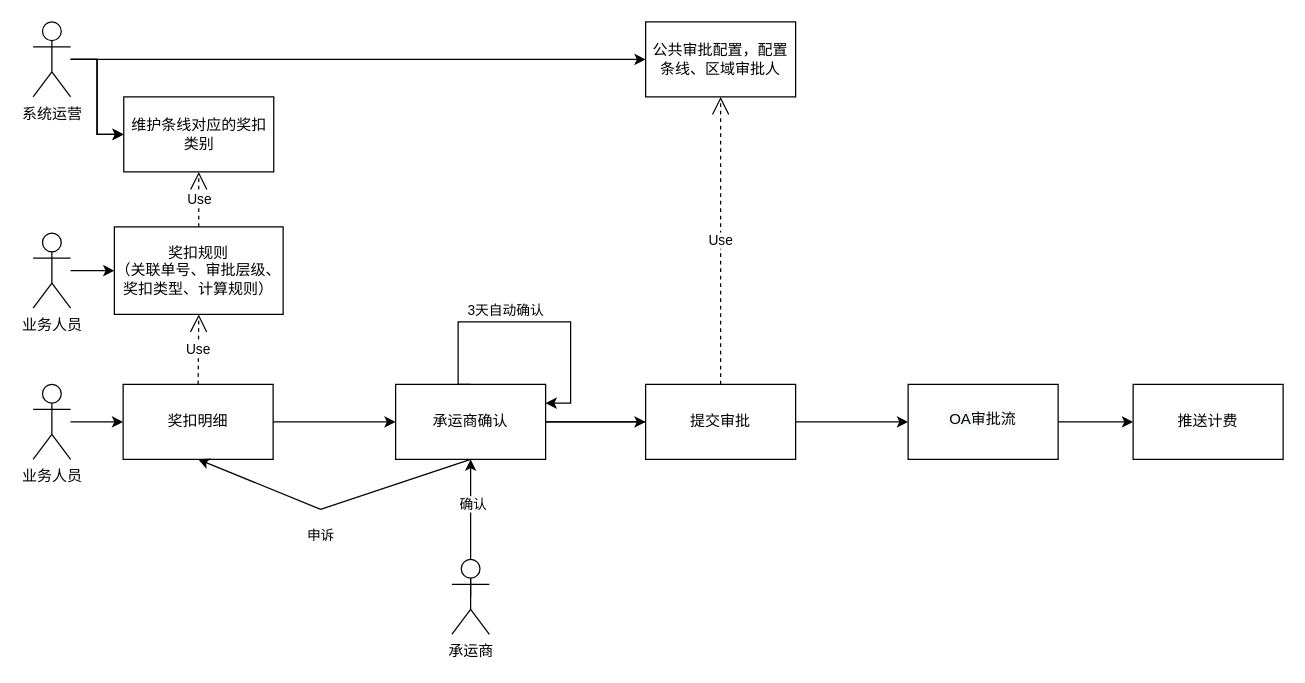
This is cmsWeb/承运商奖扣.drawio from sjzmlb/cms, a draw.io file, before an edit. Source tidied: cells renumbered, new cells numbered last; positions are measured from the earlier drawing's top-left corner, leaving out a move shared by most shapes. Both pictures are drawn from the tidied source at 125%, with x=0, y=0 at pixel (32, 21).
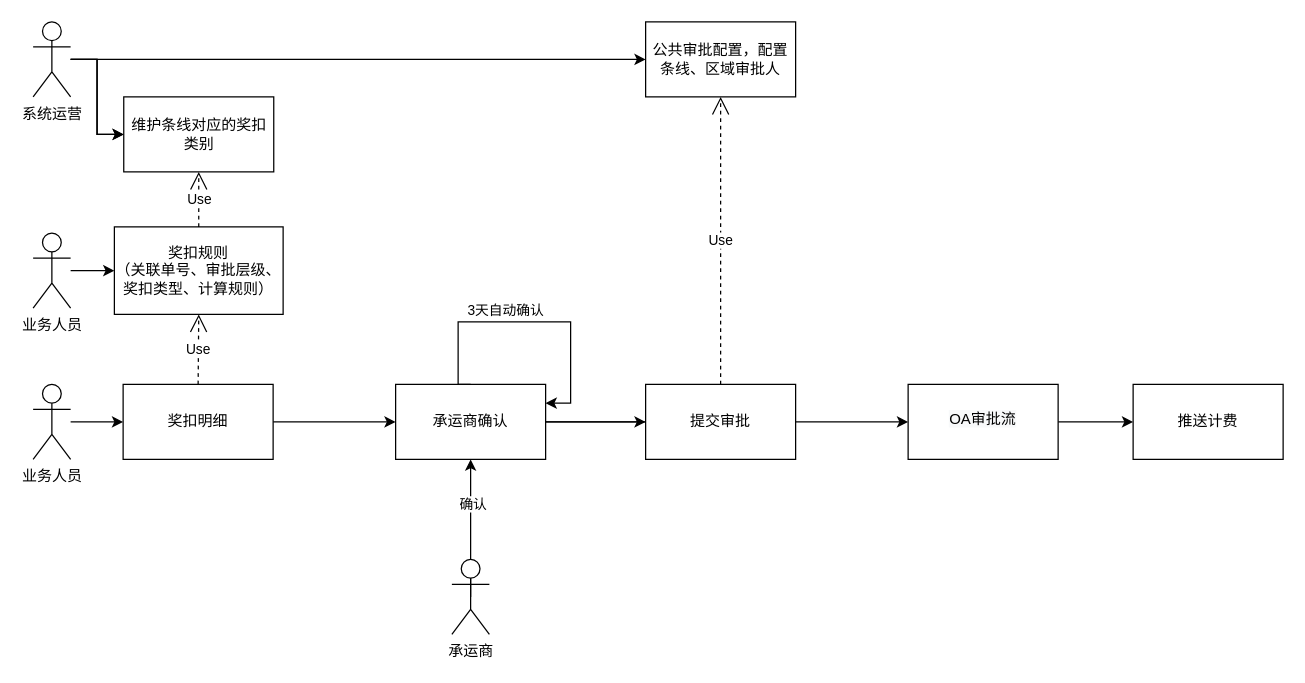
After the change.

Commit message:
Update 承运商奖扣.drawio

The change refers to these unchanged cells:
```xml
<mxCell id="15" value="奖扣明细" style="whiteSpace=wrap;html=1;verticalAlign=middle;" parent="1" vertex="1">
  <mxGeometry x="72" y="290" width="120" height="60" as="geometry" />
</mxCell>
<mxCell id="20" value="承运商确认" style="whiteSpace=wrap;html=1;verticalAlign=middle;" parent="1" vertex="1">
  <mxGeometry x="290" y="290" width="120" height="60" as="geometry" />
</mxCell>
```

Diff of the diagram source:
```diff
@@
-    <mxCell id="31" style="edgeStyle=none;rounded=0;jettySize=auto;html=1;exitX=0.5;exitY=1;exitDx=0;exitDy=0;entryX=0.5;entryY=1;entryDx=0;entryDy=0;" parent="1" edge="1" source="20" target="15">
-      <mxGeometry relative="1" as="geometry">
-        <Array as="points">
-          <mxPoint x="230" y="390" />
-        </Array>
-      </mxGeometry>
-    </mxCell>
-    <mxCell id="32" value="申诉" style="edgeLabel;html=1;align=center;verticalAlign=middle;" parent="31" vertex="1">
-      <mxGeometry x="0.15" y="2" relative="1" as="geometry">
-        <mxPoint x="7" y="21" as="offset" />
-      </mxGeometry>
-    </mxCell>
```
